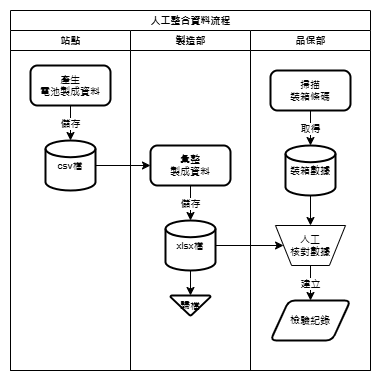
The draw.io diagram src/assets/before.png in lshui1021/FinalProject, before a commit. Source tidied: cells renumbered, new cells last; positions are measured from the earlier drawing's top-left corner, leaving out a move shared by most shapes.
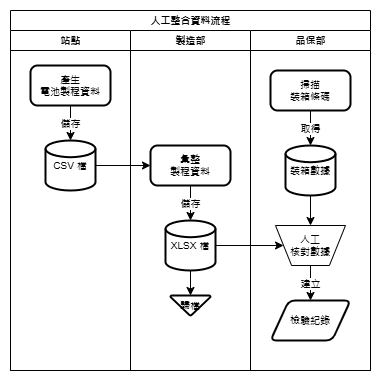
The same file after the commit.

Change to the diagram source:
```diff
@@ -8,35 +8,35 @@
     <mxCell id="3" value="站點" style="swimlane;startSize=20;html=1;fontSize=10;" parent="2" vertex="1">
       <mxGeometry y="20" width="120" height="340" as="geometry" />
     </mxCell>
-    <mxCell id="4" value="csv檔" style="strokeWidth=2;html=1;shape=mxgraph.flowchart.database;whiteSpace=wrap;verticalAlign=middle;fontSize=10;" parent="3" vertex="1">
-      <mxGeometry x="35" y="110" width="50" height="50" as="geometry" />
-    </mxCell>
-    <mxCell id="5" value="產生&lt;br&gt;&lt;div&gt;電池製成資料&lt;/div&gt;" style="rounded=1;whiteSpace=wrap;html=1;absoluteArcSize=1;arcSize=14;strokeWidth=2;fontSize=10;" parent="3" vertex="1">
-      <mxGeometry x="20" y="35" width="80" height="40" as="geometry" />
-    </mxCell>
-    <mxCell id="6" value="儲存" style="edgeStyle=orthogonalEdgeStyle;rounded=0;jettySize=auto;html=1;exitX=0.5;exitY=1;exitDx=0;exitDy=0;entryX=0.5;entryY=0;entryDx=0;entryDy=0;entryPerimeter=0;fontSize=10;" parent="3" edge="1" source="5" target="4">
-      <mxGeometry relative="1" as="geometry" />
-    </mxCell>
+    <mxCell id="23" value="CSV 檔" style="strokeWidth=2;html=1;shape=mxgraph.flowchart.database;whiteSpace=wrap;verticalAlign=middle;fontSize=10;" parent="3" vertex="1">
+      <mxGeometry x="35" y="110" width="50" height="50" as="geometry" />
+    </mxCell>
+    <mxCell id="24" value="產生&lt;br&gt;&lt;div&gt;電池製程資料&lt;/div&gt;" style="rounded=1;whiteSpace=wrap;html=1;absoluteArcSize=1;arcSize=14;strokeWidth=2;fontSize=10;" parent="3" vertex="1">
+      <mxGeometry x="20" y="35" width="80" height="40" as="geometry" />
+    </mxCell>
+    <mxCell id="25" value="儲存" style="edgeStyle=orthogonalEdgeStyle;rounded=0;jettySize=auto;html=1;exitX=0.5;exitY=1;exitDx=0;exitDy=0;entryX=0.5;entryY=0;entryDx=0;entryDy=0;entryPerimeter=0;fontSize=10;" parent="3" edge="1" source="24" target="23">
+      <mxGeometry relative="1" as="geometry" />
+    </mxCell>
     <mxCell id="7" value="製造部" style="swimlane;startSize=20;html=1;fontSize=10;" parent="2" vertex="1">
       <mxGeometry x="120" y="20" width="120" height="340" as="geometry" />
     </mxCell>
-    <mxCell id="8" value="xlsx檔" style="strokeWidth=2;html=1;shape=mxgraph.flowchart.database;whiteSpace=wrap;verticalAlign=middle;fontSize=10;" parent="7" vertex="1">
-      <mxGeometry x="35" y="190" width="50" height="50" as="geometry" />
-    </mxCell>
-    <mxCell id="9" value="彙整&lt;div&gt;製成資料&lt;/div&gt;" style="rounded=1;whiteSpace=wrap;html=1;absoluteArcSize=1;arcSize=14;strokeWidth=2;fontSize=10;" parent="7" vertex="1">
-      <mxGeometry x="20" y="115" width="80" height="40" as="geometry" />
-    </mxCell>
-    <mxCell id="10" value="儲存" style="edgeStyle=orthogonalEdgeStyle;rounded=0;jettySize=auto;html=1;exitX=0.5;exitY=1;exitDx=0;exitDy=0;entryX=0.5;entryY=0;entryDx=0;entryDy=0;entryPerimeter=0;fontSize=10;" parent="7" edge="1" source="9" target="8">
-      <mxGeometry relative="1" as="geometry" />
-    </mxCell>
+    <mxCell id="26" value="XLSX 檔" style="strokeWidth=2;html=1;shape=mxgraph.flowchart.database;whiteSpace=wrap;verticalAlign=middle;fontSize=10;" parent="7" vertex="1">
+      <mxGeometry x="35" y="190" width="50" height="50" as="geometry" />
+    </mxCell>
+    <mxCell id="27" value="彙整&lt;div&gt;製程資料&lt;/div&gt;" style="rounded=1;whiteSpace=wrap;html=1;absoluteArcSize=1;arcSize=14;strokeWidth=2;fontSize=10;" parent="7" vertex="1">
+      <mxGeometry x="20" y="115" width="80" height="40" as="geometry" />
+    </mxCell>
+    <mxCell id="28" value="儲存" style="edgeStyle=orthogonalEdgeStyle;rounded=0;jettySize=auto;html=1;exitX=0.5;exitY=1;exitDx=0;exitDy=0;entryX=0.5;entryY=0;entryDx=0;entryDy=0;entryPerimeter=0;fontSize=10;" parent="7" edge="1" source="27" target="26">
+      <mxGeometry relative="1" as="geometry" />
+    </mxCell>
     <mxCell id="11" value="歸檔" style="strokeWidth=2;html=1;shape=mxgraph.flowchart.merge_or_storage;whiteSpace=wrap;fontSize=10;" parent="7" vertex="1">
       <mxGeometry x="40" y="265" width="40" height="20" as="geometry" />
     </mxCell>
-    <mxCell id="12" style="edgeStyle=orthogonalEdgeStyle;rounded=0;jettySize=auto;html=1;exitX=0.5;exitY=1;exitDx=0;exitDy=0;exitPerimeter=0;entryX=0.5;entryY=0;entryDx=0;entryDy=0;entryPerimeter=0;fontSize=10;" parent="7" edge="1" source="8">
-      <mxGeometry relative="1" as="geometry">
-        <mxPoint x="60" y="265" as="targetPoint" />
-      </mxGeometry>
-    </mxCell>
+    <mxCell id="29" style="edgeStyle=orthogonalEdgeStyle;rounded=0;jettySize=auto;html=1;exitX=0.5;exitY=1;exitDx=0;exitDy=0;exitPerimeter=0;entryX=0.5;entryY=0;entryDx=0;entryDy=0;entryPerimeter=0;fontSize=10;" parent="7" edge="1" source="26">
+      <mxGeometry relative="1" as="geometry">
+        <mxPoint x="60" y="265" as="targetPoint" />
+      </mxGeometry>
+    </mxCell>
     <mxCell id="13" value="品保部" style="swimlane;startSize=20;html=1;fontSize=10;" parent="2" vertex="1">
       <mxGeometry x="240" y="20" width="120" height="340" as="geometry" />
     </mxCell>
@@ -61,11 +61,11 @@
     <mxCell id="20" value="檢驗紀錄" style="shape=parallelogram;html=1;strokeWidth=2;perimeter=parallelogramPerimeter;whiteSpace=wrap;rounded=1;arcSize=12;size=0.23;fontSize=10;" parent="13" vertex="1">
       <mxGeometry x="20" y="270" width="80" height="40" as="geometry" />
     </mxCell>
-    <mxCell id="21" style="edgeStyle=orthogonalEdgeStyle;rounded=0;jettySize=auto;html=1;exitX=1;exitY=0.5;exitDx=0;exitDy=0;exitPerimeter=0;entryX=0;entryY=0.5;entryDx=0;entryDy=0;" parent="2" edge="1" source="4" target="9">
-      <mxGeometry relative="1" as="geometry" />
-    </mxCell>
-    <mxCell id="22" style="edgeStyle=orthogonalEdgeStyle;rounded=0;jettySize=auto;html=1;exitX=1;exitY=0.5;exitDx=0;exitDy=0;exitPerimeter=0;" parent="2" edge="1" source="8" target="19">
-      <mxGeometry relative="1" as="geometry" />
-    </mxCell>
+    <mxCell id="30" style="edgeStyle=orthogonalEdgeStyle;rounded=0;jettySize=auto;html=1;exitX=1;exitY=0.5;exitDx=0;exitDy=0;exitPerimeter=0;entryX=0;entryY=0.5;entryDx=0;entryDy=0;" parent="2" edge="1" source="23" target="27">
+      <mxGeometry relative="1" as="geometry" />
+    </mxCell>
+    <mxCell id="31" style="edgeStyle=orthogonalEdgeStyle;rounded=0;jettySize=auto;html=1;exitX=1;exitY=0.5;exitDx=0;exitDy=0;exitPerimeter=0;" parent="2" edge="1" source="26" target="19">
+      <mxGeometry relative="1" as="geometry" />
+    </mxCell>
   </root>
 </mxGraphModel>
```
